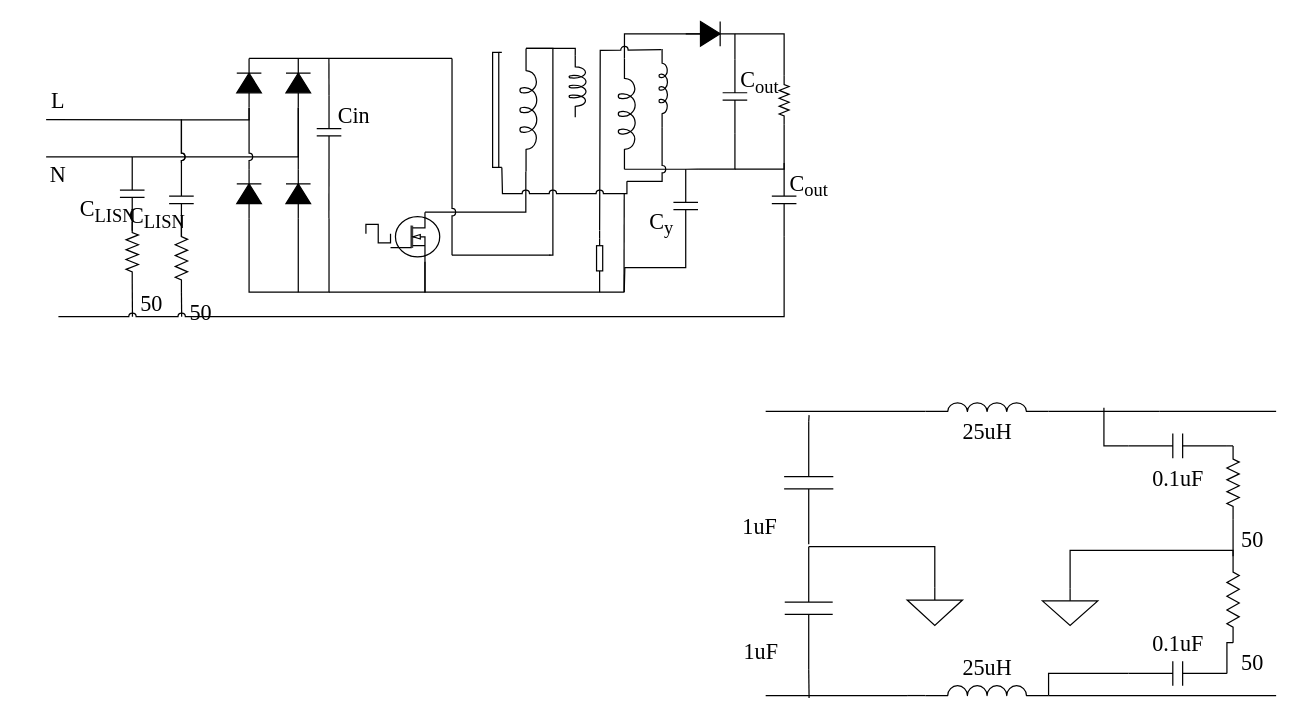
Above: DrawCE.drawio in ruijiehe/Circuit (draw.io), before the change. Source tidied: cells renumbered, new cells numbered last; positions are measured from the earlier drawing's top-left corner, leaving out a move shared by most shapes. Both pictures are drawn from the tidied source at 123%, with x=0, y=0 at pixel (21, 21). Pictures stored in the file or linked from it are replaced by grey dashed boxes.
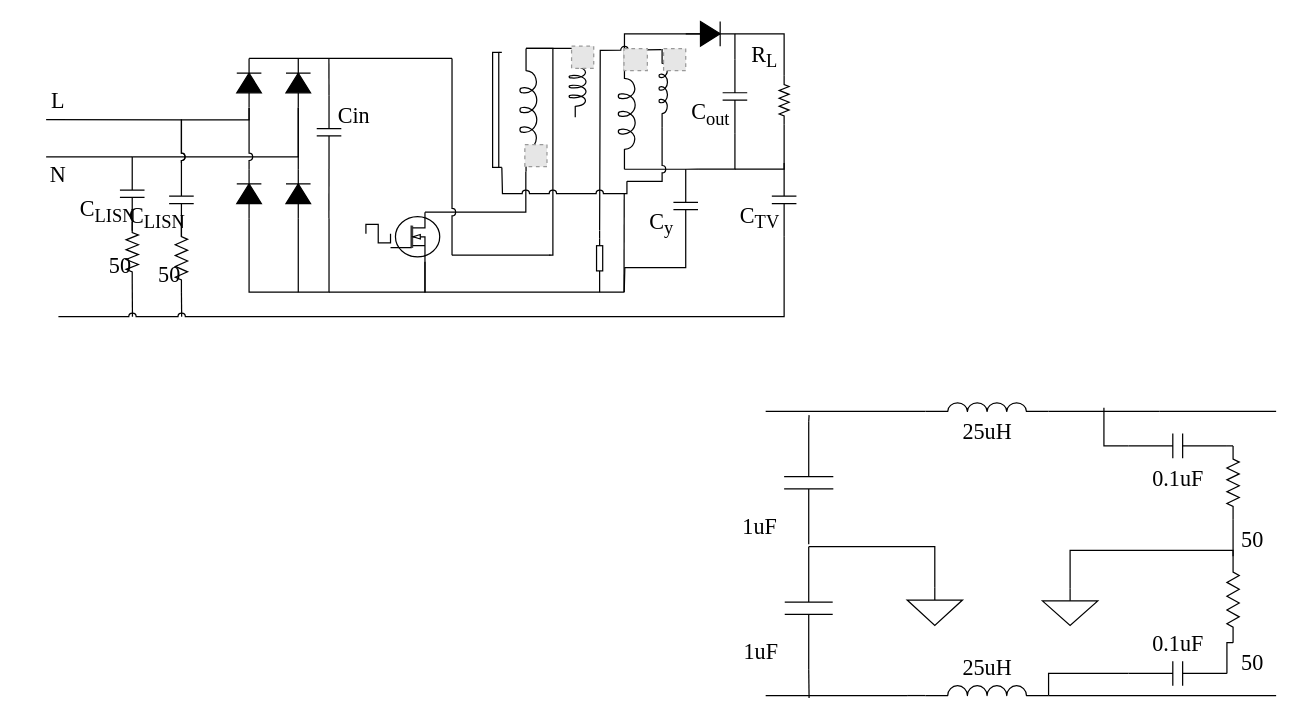
After the change.

Change to the diagram source:
```diff
@@
-    <mxCell id="28" value="50" style="verticalLabelPosition=bottom;shadow=0;dashed=0;align=left;html=1;verticalAlign=top;shape=mxgraph.electrical.resistors.resistor_2;rotation=90;fontFamily=Times New Roman;fontSize=18;labelPosition=right;horizontal=0;" parent="1" vertex="1">
+    <mxCell id="28" value="50" style="verticalLabelPosition=top;shadow=0;dashed=0;align=center;html=1;verticalAlign=bottom;shape=mxgraph.electrical.resistors.resistor_2;rotation=90;fontFamily=Times New Roman;fontSize=18;labelPosition=center;horizontal=0;" parent="1" vertex="1">
       <mxGeometry x="65" y="182.5" width="50" height="10" as="geometry" />
     </mxCell>
@@
-    <mxCell id="30" value="50" style="verticalLabelPosition=bottom;shadow=0;dashed=0;align=left;html=1;verticalAlign=top;shape=mxgraph.electrical.resistors.resistor_2;rotation=90;fontFamily=Times New Roman;fontSize=18;horizontal=0;labelPosition=right;" parent="1" vertex="1">
+    <mxCell id="30" value="50" style="verticalLabelPosition=top;shadow=0;dashed=0;align=center;html=1;verticalAlign=bottom;shape=mxgraph.electrical.resistors.resistor_2;rotation=90;fontFamily=Times New Roman;fontSize=18;horizontal=0;labelPosition=center;" parent="1" vertex="1">
       <mxGeometry x="102.5" y="187.5" width="55" height="10" as="geometry" />
     </mxCell>
@@
-    <mxCell id="80" value="C&lt;sub&gt;out&lt;/sub&gt;" style="verticalLabelPosition=bottom;shadow=0;dashed=0;align=center;html=1;verticalAlign=top;shape=mxgraph.electrical.capacitors.capacitor_1;rotation=90;fontFamily=Times New Roman;fontSize=18;horizontal=0;labelPosition=center;" parent="1" vertex="1">
+    <mxCell id="80" value="C&lt;sub&gt;out&lt;/sub&gt;" style="verticalLabelPosition=top;shadow=0;dashed=0;align=center;html=1;verticalAlign=bottom;shape=mxgraph.electrical.capacitors.capacitor_1;rotation=90;fontFamily=Times New Roman;fontSize=18;horizontal=0;labelPosition=center;" parent="1" vertex="1">
       <mxGeometry x="550" y="50.9" width="60" height="20" as="geometry" />
     </mxCell>
@@
-    <mxCell id="83" style="verticalLabelPosition=bottom;shadow=0;dashed=0;align=center;html=1;verticalAlign=top;shape=mxgraph.electrical.resistors.resistor_2;fontFamily=Times New Roman;fontSize=18;rotation=90;" parent="1" vertex="1">
+    <mxCell id="83" value="R&lt;sub&gt;L&lt;/sub&gt;" style="verticalLabelPosition=top;shadow=0;dashed=0;align=right;html=1;verticalAlign=bottom;shape=mxgraph.electrical.resistors.resistor_2;fontFamily=Times New Roman;fontSize=18;rotation=90;horizontal=0;labelPosition=left;" parent="1" vertex="1">
       <mxGeometry x="600" y="60" width="40" height="8" as="geometry" />
     </mxCell>
-    <mxCell id="84" value="C&lt;sub&gt;out&lt;/sub&gt;" style="verticalLabelPosition=bottom;shadow=0;dashed=0;align=center;html=1;verticalAlign=top;shape=mxgraph.electrical.capacitors.capacitor_1;rotation=90;fontFamily=Times New Roman;fontSize=18;horizontal=0;labelPosition=center;" parent="1" vertex="1">
+    <mxCell id="84" value="C&lt;sub&gt;TV&lt;/sub&gt;" style="verticalLabelPosition=top;shadow=0;dashed=0;align=center;html=1;verticalAlign=bottom;shape=mxgraph.electrical.capacitors.capacitor_1;rotation=90;fontFamily=Times New Roman;fontSize=18;horizontal=0;labelPosition=center;" parent="1" vertex="1">
       <mxGeometry x="590" y="135" width="60" height="20" as="geometry" />
     </mxCell>
@@
+    <mxCell id="88" style="fillColor=#E6E6E6;strokeColor=#999999;dashed=1;html=1;verticalAlign=top;verticalLabelPosition=bottom;labelBackgroundColor=#ffffff;fontFamily=Times New Roman;fontSize=18;" parent="1" vertex="1">
+      <mxGeometry x="409.2" y="100" width="18" height="18" as="geometry" />
+    </mxCell>
+    <mxCell id="89" style="fillColor=#E6E6E6;strokeColor=#999999;dashed=1;html=1;verticalAlign=top;verticalLabelPosition=bottom;labelBackgroundColor=#ffffff;fontFamily=Times New Roman;fontSize=18;" parent="1" vertex="1">
+      <mxGeometry x="447.2" y="20" width="18" height="18" as="geometry" />
+    </mxCell>
+    <mxCell id="90" style="fillColor=#E6E6E6;strokeColor=#999999;dashed=1;html=1;verticalAlign=top;verticalLabelPosition=bottom;labelBackgroundColor=#ffffff;fontFamily=Times New Roman;fontSize=18;" parent="1" vertex="1">
+      <mxGeometry x="489.8" y="22" width="19" height="18" as="geometry" />
+    </mxCell>
+    <mxCell id="91" style="fillColor=#E6E6E6;strokeColor=#999999;dashed=1;html=1;verticalAlign=top;verticalLabelPosition=bottom;labelBackgroundColor=#ffffff;fontFamily=Times New Roman;fontSize=18;" parent="1" vertex="1">
+      <mxGeometry x="522" y="22" width="18" height="18" as="geometry" />
+    </mxCell>
```
